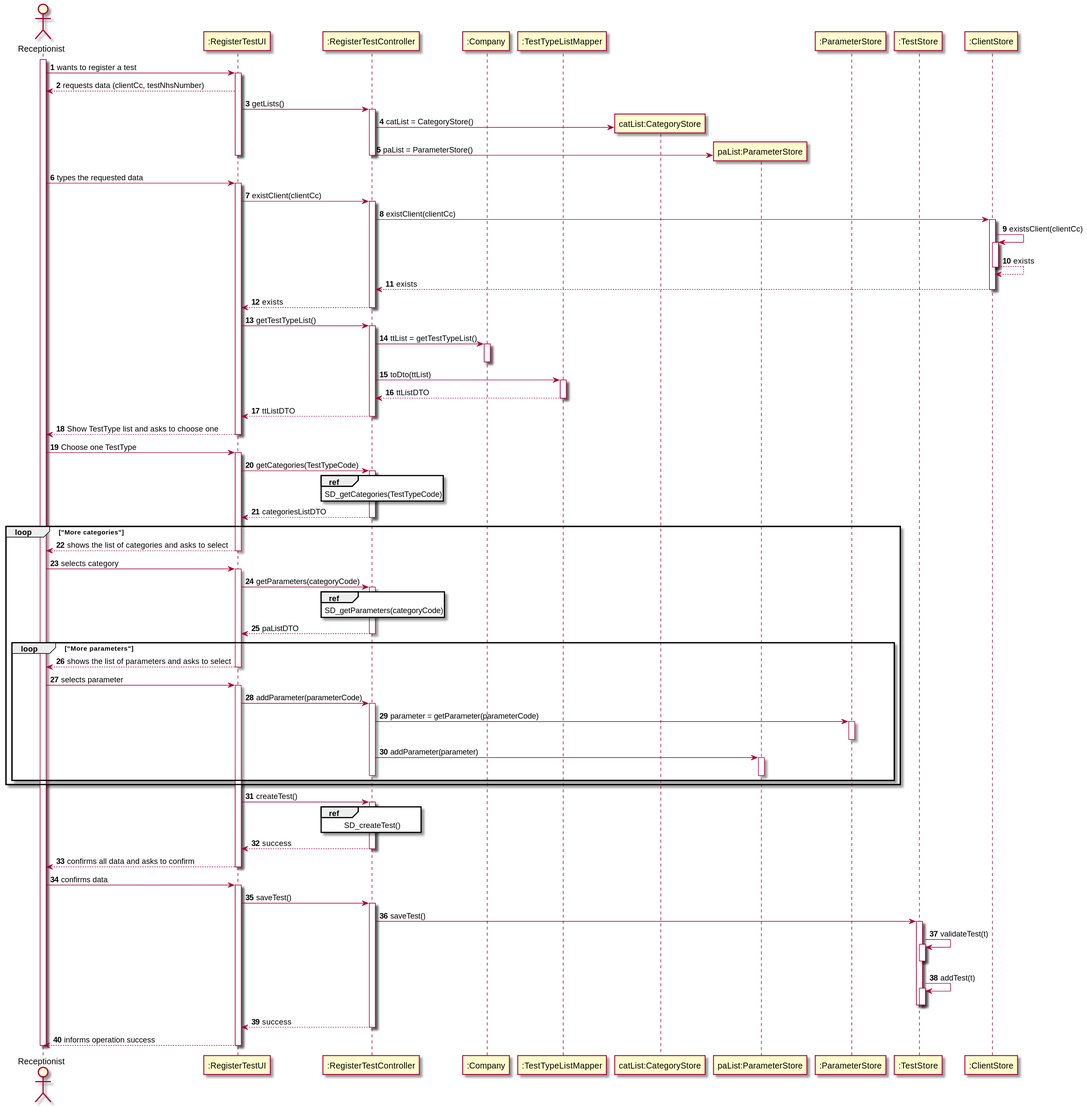
Above: docs/SprintC/US04/US4_SD.svg in MarianaCLages/LAPR2 (PlantUML), before the change. The source it was exported from:
```plantuml
@startuml

autonumber

actor Receptionist as R
participant ":RegisterTestUI" as UI
participant ":RegisterTestController" as ctrl
participant ":Company" as comp
participant ":TestTypeListMapper" as mapper
participant "catList:CategoryStore" as catList
participant "paList:ParameterStore" as paList
participant ":ParameterStore" as paStore
participant ":TestStore" as tStore
participant ":ClientStore" as cStore



activate R
R -> UI: wants to register a test
activate UI
UI --> R: requests data (clientCc, testNhsNumber)
UI -> ctrl: getLists()
activate ctrl
ctrl -> catList**: catList = CategoryStore()
ctrl -> paList**: paList = ParameterStore()
deactivate
deactivate UI
R -> UI: types the requested data
activate UI
UI -> ctrl: existClient(clientCc)
activate ctrl
ctrl -> cStore: existClient(clientCc)
activate cStore
cStore -> cStore: existsClient(clientCc)
activate cStore
return exists
return exists
return exists
deactivate cStore
deactivate cStore

UI -> ctrl: getTestTypeList()
activate ctrl
ctrl -> comp: ttList = getTestTypeList()
activate comp
deactivate
ctrl -> mapper: toDto(ttList)
activate mapper
return ttListDTO
return ttListDTO
deactivate mapper
deactivate ctrl

deactivate ctrl
UI --> R: Show TestType list and asks to choose one
deactivate UI
R -> UI: Choose one TestType
activate UI
UI -> ctrl: getCategories(TestTypeCode)
activate ctrl
ref over ctrl: SD_getCategories(TestTypeCode)
return categoriesListDTO
deactivate ctrl

loop "More categories"
UI --> R: shows the list of categories and asks to select
deactivate UI
R -> UI: selects category
activate UI
UI -> ctrl: getParameters(categoryCode)
activate ctrl
ref over ctrl: SD_getParameters(categoryCode)
return paListDTO

deactivate ctrl
loop "More parameters"
UI --> R: shows the list of parameters and asks to select
deactivate UI
R -> UI: selects parameter
activate UI
UI -> ctrl: addParameter(parameterCode)
activate ctrl
ctrl -> paStore: parameter = getParameter(parameterCode)
activate paStore
deactivate
ctrl -> paList: addParameter(parameter)
activate paList
deactivate
deactivate
end
end
UI -> ctrl: createTest()
activate ctrl
ref over ctrl: SD_createTest()
ctrl --> UI: success
deactivate ctrl

UI --> R: confirms all data and asks to confirm
deactivate UI
R -> UI: confirms data
activate UI
UI -> ctrl: saveTest()
activate ctrl
ctrl -> tStore: saveTest()
activate tStore
tStore -> tStore: validateTest(t)
activate tStore
deactivate
tStore -> tStore: addTest(t)
activate tStore
deactivate
deactivate
return success

deactivate ctrl
UI --> R: informs operation success
deactivate UI
deactivate R
@enduml
```
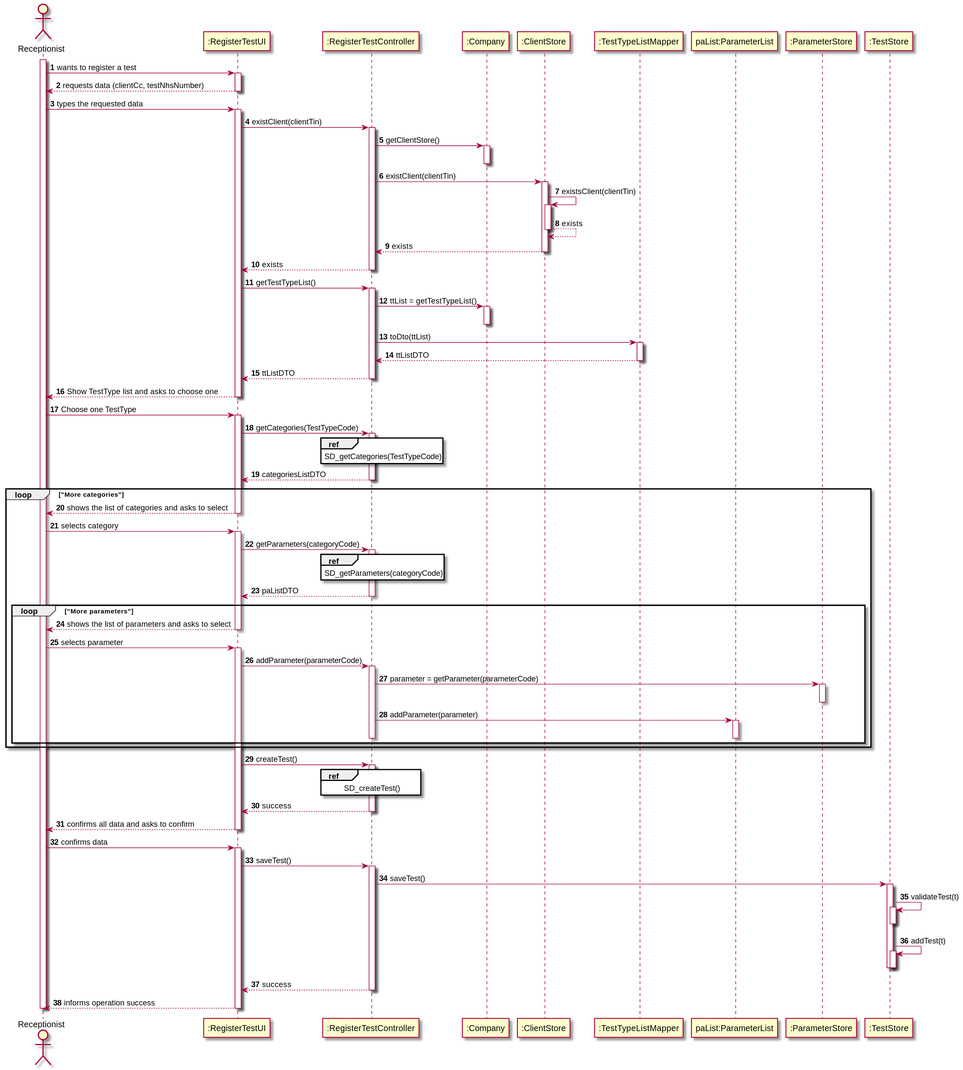
The same diagram one commit later.

Diff of the diagram source:
```diff
@@ -6,12 +6,11 @@
 participant ":RegisterTestUI" as UI
 participant ":RegisterTestController" as ctrl
 participant ":Company" as comp
+participant ":ClientStore" as cStore
 participant ":TestTypeListMapper" as mapper
-participant "catList:CategoryStore" as catList
-participant "paList:ParameterStore" as paList
+participant "paList:ParameterList" as paList
 participant ":ParameterStore" as paStore
 participant ":TestStore" as tStore
-participant ":ClientStore" as cStore
 
 
 
@@ -19,19 +18,18 @@
 R -> UI: wants to register a test
 activate UI
 UI --> R: requests data (clientCc, testNhsNumber)
-UI -> ctrl: getLists()
-activate ctrl
-ctrl -> catList**: catList = CategoryStore()
-ctrl -> paList**: paList = ParameterStore()
-deactivate
+
 deactivate UI
 R -> UI: types the requested data
 activate UI
-UI -> ctrl: existClient(clientCc)
+UI -> ctrl: existClient(clientTin)
 activate ctrl
-ctrl -> cStore: existClient(clientCc)
+ctrl -> comp: getClientStore()
+activate comp
+deactivate
+ctrl -> cStore: existClient(clientTin)
 activate cStore
-cStore -> cStore: existsClient(clientCc)
+cStore -> cStore: existsClient(clientTin)
 activate cStore
 return exists
 return exists
```
